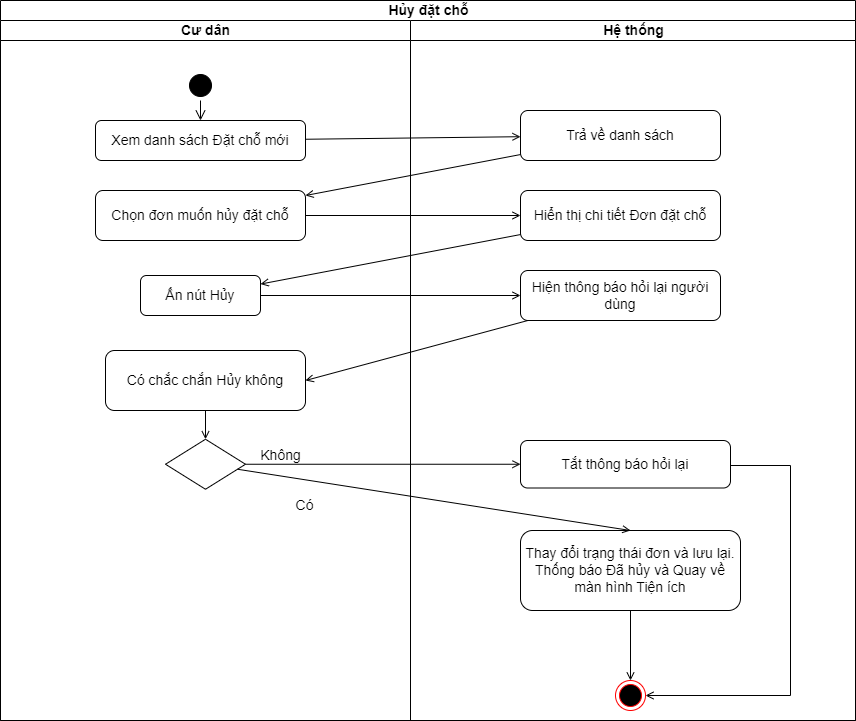
kienndhn/draw-io keeps this draw.io diagram as activity diagram/Tiện ích-Lịch sử đặt chỗ-hủy tiện ích.drawio.png. Above is the earlier version. Source tidied: cells renumbered, new cells last; positions are measured from the earlier drawing's top-left corner, leaving out a move shared by most shapes.
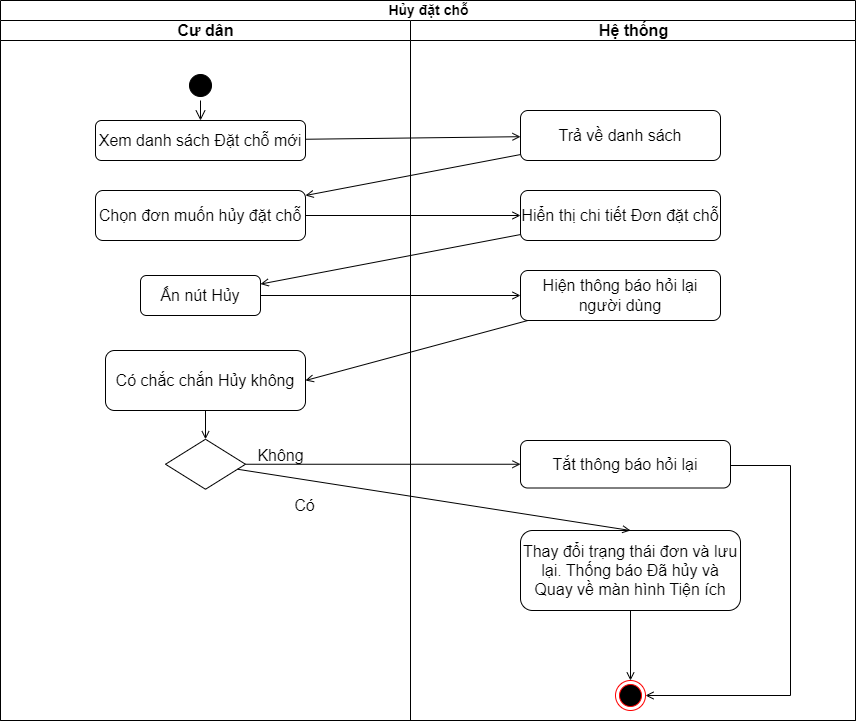
After the commit.

The edit, as a diff of the source:
```diff
@@ -5,52 +5,52 @@
     <mxCell id="2" value="Hủy đặt chỗ" style="swimlane;startSize=20;html=1;strokeColor=#000000;fontSize=14;" parent="1" vertex="1">
       <mxGeometry width="855" height="720" as="geometry" />
     </mxCell>
-    <mxCell id="3" value="Cư dân" style="swimlane;startSize=20;html=1;strokeColor=#000000;fontSize=14;" parent="2" vertex="1">
+    <mxCell id="3" value="Cư dân" style="swimlane;startSize=20;html=1;strokeColor=#000000;fontSize=16;" parent="2" vertex="1">
       <mxGeometry y="20" width="410" height="700" as="geometry" />
     </mxCell>
-    <mxCell id="4" style="ellipse;html=1;shape=startState;fillColor=#000000;strokeColor=#000000;fontSize=14;" parent="3" vertex="1">
+    <mxCell id="4" style="ellipse;html=1;shape=startState;fillColor=#000000;strokeColor=#000000;fontSize=16;" parent="3" vertex="1">
       <mxGeometry x="185" y="50" width="30" height="30" as="geometry" />
     </mxCell>
-    <mxCell id="5" style="edgeStyle=orthogonalEdgeStyle;html=1;verticalAlign=bottom;endArrow=open;endSize=8;strokeColor=#000000;rounded=0;entryX=0.5;entryY=0;entryDx=0;entryDy=0;fontSize=14;" parent="3" edge="1" source="4" target="6">
+    <mxCell id="5" style="edgeStyle=orthogonalEdgeStyle;html=1;verticalAlign=bottom;endArrow=open;endSize=8;strokeColor=#000000;rounded=0;entryX=0.5;entryY=0;entryDx=0;entryDy=0;fontSize=16;" parent="3" edge="1" source="4" target="6">
       <mxGeometry relative="1" as="geometry" />
     </mxCell>
-    <mxCell id="6" value="Xem danh sách Đặt chỗ mới" style="rounded=1;whiteSpace=wrap;html=1;strokeColor=#000000;fontSize=14;" parent="3" vertex="1">
+    <mxCell id="6" value="Xem danh sách Đặt chỗ mới" style="rounded=1;whiteSpace=wrap;html=1;strokeColor=#000000;fontSize=16;" parent="3" vertex="1">
       <mxGeometry x="95" y="100" width="210" height="40" as="geometry" />
     </mxCell>
-    <mxCell id="7" value="Chọn đơn muốn hủy đặt chỗ" style="rounded=1;whiteSpace=wrap;html=1;strokeColor=#000000;fontSize=14;" parent="3" vertex="1">
+    <mxCell id="7" value="Chọn đơn muốn hủy đặt chỗ" style="rounded=1;whiteSpace=wrap;html=1;strokeColor=#000000;fontSize=16;" parent="3" vertex="1">
       <mxGeometry x="95" y="170" width="210" height="50" as="geometry" />
     </mxCell>
-    <mxCell id="8" value="Ấn nút Hủy" style="rounded=1;whiteSpace=wrap;html=1;strokeColor=#000000;fontSize=14;" parent="3" vertex="1">
+    <mxCell id="8" value="Ấn nút Hủy" style="rounded=1;whiteSpace=wrap;html=1;strokeColor=#000000;fontSize=16;" parent="3" vertex="1">
       <mxGeometry x="140" y="255" width="120" height="40" as="geometry" />
     </mxCell>
-    <mxCell id="9" style="rhombus;whiteSpace=wrap;html=1;strokeColor=#000000;fontSize=14;" parent="3" vertex="1">
+    <mxCell id="9" style="rhombus;whiteSpace=wrap;html=1;strokeColor=#000000;fontSize=16;" parent="3" vertex="1">
       <mxGeometry x="165" y="418.8" width="80" height="50" as="geometry" />
     </mxCell>
-    <mxCell id="10" value="Không" style="text;html=1;align=center;verticalAlign=middle;strokeColor=none;fillColor=none;fontSize=14;" parent="3" vertex="1">
-      <mxGeometry x="250" y="420" width="60" height="30" as="geometry" />
+    <mxCell id="10" value="Không" style="text;html=1;align=center;verticalAlign=middle;strokeColor=none;fillColor=none;fontSize=16;" parent="3" vertex="1">
+      <mxGeometry x="245" y="420" width="70" height="30" as="geometry" />
     </mxCell>
-    <mxCell id="11" style="edgeStyle=none;rounded=0;jettySize=auto;html=1;strokeColor=#000000;endArrow=open;endFill=0;fontSize=14;" parent="3" edge="1" source="12" target="9">
+    <mxCell id="11" style="edgeStyle=none;rounded=0;jettySize=auto;html=1;strokeColor=#000000;endArrow=open;endFill=0;fontSize=16;" parent="3" edge="1" source="12" target="9">
       <mxGeometry relative="1" as="geometry" />
     </mxCell>
-    <mxCell id="12" value="Có chắc chắn Hủy không" style="rounded=1;whiteSpace=wrap;html=1;strokeColor=#000000;fontSize=14;" parent="3" vertex="1">
+    <mxCell id="12" value="Có chắc chắn Hủy không" style="rounded=1;whiteSpace=wrap;html=1;strokeColor=#000000;fontSize=16;" parent="3" vertex="1">
       <mxGeometry x="105" y="330" width="200" height="60" as="geometry" />
     </mxCell>
-    <mxCell id="13" value="Có" style="text;html=1;align=center;verticalAlign=middle;strokeColor=none;fillColor=none;fontSize=14;" parent="3" vertex="1">
+    <mxCell id="13" value="Có" style="text;html=1;align=center;verticalAlign=middle;strokeColor=none;fillColor=none;fontSize=16;" parent="3" vertex="1">
       <mxGeometry x="284" y="470" width="40" height="30" as="geometry" />
     </mxCell>
-    <mxCell id="14" value="Hệ thống" style="swimlane;startSize=20;html=1;strokeColor=#000000;fontSize=14;" parent="2" vertex="1">
+    <mxCell id="14" value="Hệ thống" style="swimlane;startSize=20;html=1;strokeColor=#000000;fontSize=16;" parent="2" vertex="1">
       <mxGeometry x="410" y="20" width="445" height="700" as="geometry" />
     </mxCell>
-    <mxCell id="15" value="Trả về danh sách" style="rounded=1;whiteSpace=wrap;html=1;strokeColor=#000000;fontSize=14;" parent="14" vertex="1">
+    <mxCell id="15" value="Trả về danh sách" style="rounded=1;whiteSpace=wrap;html=1;strokeColor=#000000;fontSize=16;" parent="14" vertex="1">
       <mxGeometry x="110" y="90" width="200" height="50" as="geometry" />
     </mxCell>
-    <mxCell id="16" value="Hiển thị chi tiết Đơn đặt chỗ" style="rounded=1;whiteSpace=wrap;html=1;strokeColor=#000000;fontSize=14;" parent="14" vertex="1">
+    <mxCell id="16" value="Hiển thị chi tiết Đơn đặt chỗ" style="rounded=1;whiteSpace=wrap;html=1;strokeColor=#000000;fontSize=16;" parent="14" vertex="1">
       <mxGeometry x="110" y="170" width="200" height="50" as="geometry" />
     </mxCell>
-    <mxCell id="17" value="Hiện thông báo hỏi lại người dùng" style="rounded=1;whiteSpace=wrap;html=1;strokeColor=#000000;fontSize=14;" parent="14" vertex="1">
+    <mxCell id="17" value="Hiện thông báo hỏi lại người dùng" style="rounded=1;whiteSpace=wrap;html=1;strokeColor=#000000;fontSize=16;" parent="14" vertex="1">
       <mxGeometry x="110" y="250" width="200" height="50" as="geometry" />
     </mxCell>
-    <mxCell id="18" style="edgeStyle=orthogonalEdgeStyle;rounded=0;jettySize=auto;html=1;entryX=1;entryY=0.5;entryDx=0;entryDy=0;strokeColor=#000000;endArrow=open;endFill=0;fontSize=14;" parent="14" edge="1" source="19" target="22">
+    <mxCell id="18" style="edgeStyle=orthogonalEdgeStyle;rounded=0;jettySize=auto;html=1;entryX=1;entryY=0.5;entryDx=0;entryDy=0;strokeColor=#000000;endArrow=open;endFill=0;fontSize=16;" parent="14" edge="1" source="19" target="22">
       <mxGeometry relative="1" as="geometry">
         <Array as="points">
           <mxPoint x="380" y="445" />
@@ -58,40 +58,40 @@
         </Array>
       </mxGeometry>
     </mxCell>
-    <mxCell id="19" value="Tắt thông báo hỏi lại" style="rounded=1;whiteSpace=wrap;html=1;strokeColor=#000000;fontSize=14;" parent="14" vertex="1">
+    <mxCell id="19" value="Tắt thông báo hỏi lại" style="rounded=1;whiteSpace=wrap;html=1;strokeColor=#000000;fontSize=16;" parent="14" vertex="1">
       <mxGeometry x="110" y="420" width="210" height="47.5" as="geometry" />
     </mxCell>
-    <mxCell id="20" style="edgeStyle=none;rounded=0;jettySize=auto;html=1;entryX=0.5;entryY=0;entryDx=0;entryDy=0;strokeColor=#000000;endArrow=open;endFill=0;fontSize=14;" parent="14" edge="1" source="21" target="22">
+    <mxCell id="20" style="edgeStyle=none;rounded=0;jettySize=auto;html=1;entryX=0.5;entryY=0;entryDx=0;entryDy=0;strokeColor=#000000;endArrow=open;endFill=0;fontSize=16;" parent="14" edge="1" source="21" target="22">
       <mxGeometry relative="1" as="geometry" />
     </mxCell>
-    <mxCell id="21" value="Thay đổi trạng thái đơn và lưu lại. Thống báo Đã hủy và Quay về màn hình Tiện ích" style="rounded=1;whiteSpace=wrap;html=1;strokeColor=#000000;fontSize=14;" parent="14" vertex="1">
+    <mxCell id="21" value="Thay đổi trạng thái đơn và lưu lại. Thống báo Đã hủy và Quay về màn hình Tiện ích" style="rounded=1;whiteSpace=wrap;html=1;strokeColor=#000000;fontSize=16;" parent="14" vertex="1">
       <mxGeometry x="110" y="510" width="220" height="80" as="geometry" />
     </mxCell>
-    <mxCell id="22" style="ellipse;html=1;shape=endState;fillColor=#000000;strokeColor=#ff0000;fontSize=14;" parent="14" vertex="1">
+    <mxCell id="22" style="ellipse;html=1;shape=endState;fillColor=#000000;strokeColor=#ff0000;fontSize=16;" parent="14" vertex="1">
       <mxGeometry x="205" y="660" width="30" height="30" as="geometry" />
     </mxCell>
-    <mxCell id="23" style="edgeStyle=none;rounded=0;jettySize=auto;html=1;strokeColor=#000000;endArrow=open;endFill=0;fontSize=14;" parent="2" edge="1" source="6" target="15">
+    <mxCell id="23" style="edgeStyle=none;rounded=0;jettySize=auto;html=1;strokeColor=#000000;endArrow=open;endFill=0;fontSize=16;" parent="2" edge="1" source="6" target="15">
       <mxGeometry relative="1" as="geometry" />
     </mxCell>
-    <mxCell id="24" style="edgeStyle=none;rounded=0;jettySize=auto;html=1;strokeColor=#000000;endArrow=open;endFill=0;fontSize=14;" parent="2" edge="1" source="15" target="7">
+    <mxCell id="24" style="edgeStyle=none;rounded=0;jettySize=auto;html=1;strokeColor=#000000;endArrow=open;endFill=0;fontSize=16;" parent="2" edge="1" source="15" target="7">
       <mxGeometry relative="1" as="geometry" />
     </mxCell>
-    <mxCell id="25" style="edgeStyle=none;rounded=0;jettySize=auto;html=1;strokeColor=#000000;endArrow=open;endFill=0;fontSize=14;" parent="2" edge="1" source="7" target="16">
+    <mxCell id="25" style="edgeStyle=none;rounded=0;jettySize=auto;html=1;strokeColor=#000000;endArrow=open;endFill=0;fontSize=16;" parent="2" edge="1" source="7" target="16">
       <mxGeometry relative="1" as="geometry" />
     </mxCell>
-    <mxCell id="26" style="edgeStyle=none;rounded=0;jettySize=auto;html=1;strokeColor=#000000;endArrow=open;endFill=0;fontSize=14;" parent="2" edge="1" source="16" target="8">
+    <mxCell id="26" style="edgeStyle=none;rounded=0;jettySize=auto;html=1;strokeColor=#000000;endArrow=open;endFill=0;fontSize=16;" parent="2" edge="1" source="16" target="8">
       <mxGeometry relative="1" as="geometry" />
     </mxCell>
-    <mxCell id="27" style="edgeStyle=none;rounded=0;jettySize=auto;html=1;strokeColor=#000000;endArrow=open;endFill=0;fontSize=14;" parent="2" edge="1" source="8" target="17">
+    <mxCell id="27" style="edgeStyle=none;rounded=0;jettySize=auto;html=1;strokeColor=#000000;endArrow=open;endFill=0;fontSize=16;" parent="2" edge="1" source="8" target="17">
       <mxGeometry relative="1" as="geometry" />
     </mxCell>
-    <mxCell id="28" style="edgeStyle=none;rounded=0;jettySize=auto;html=1;strokeColor=#000000;endArrow=open;endFill=0;entryX=1;entryY=0.5;entryDx=0;entryDy=0;fontSize=14;" parent="2" edge="1" source="17" target="12">
+    <mxCell id="28" style="edgeStyle=none;rounded=0;jettySize=auto;html=1;strokeColor=#000000;endArrow=open;endFill=0;entryX=1;entryY=0.5;entryDx=0;entryDy=0;fontSize=16;" parent="2" edge="1" source="17" target="12">
       <mxGeometry relative="1" as="geometry" />
     </mxCell>
-    <mxCell id="29" style="edgeStyle=none;rounded=0;jettySize=auto;html=1;entryX=0;entryY=0.5;entryDx=0;entryDy=0;strokeColor=#000000;endArrow=open;endFill=0;fontSize=14;" parent="2" edge="1" source="9" target="19">
+    <mxCell id="29" style="edgeStyle=none;rounded=0;jettySize=auto;html=1;entryX=0;entryY=0.5;entryDx=0;entryDy=0;strokeColor=#000000;endArrow=open;endFill=0;fontSize=16;" parent="2" edge="1" source="9" target="19">
       <mxGeometry relative="1" as="geometry" />
     </mxCell>
-    <mxCell id="30" style="edgeStyle=none;rounded=0;jettySize=auto;html=1;entryX=0.5;entryY=0;entryDx=0;entryDy=0;strokeColor=#000000;endArrow=open;endFill=0;fontSize=14;" parent="2" edge="1" source="9" target="21">
+    <mxCell id="30" style="edgeStyle=none;rounded=0;jettySize=auto;html=1;entryX=0.5;entryY=0;entryDx=0;entryDy=0;strokeColor=#000000;endArrow=open;endFill=0;fontSize=16;" parent="2" edge="1" source="9" target="21">
       <mxGeometry relative="1" as="geometry" />
     </mxCell>
   </root>
```
